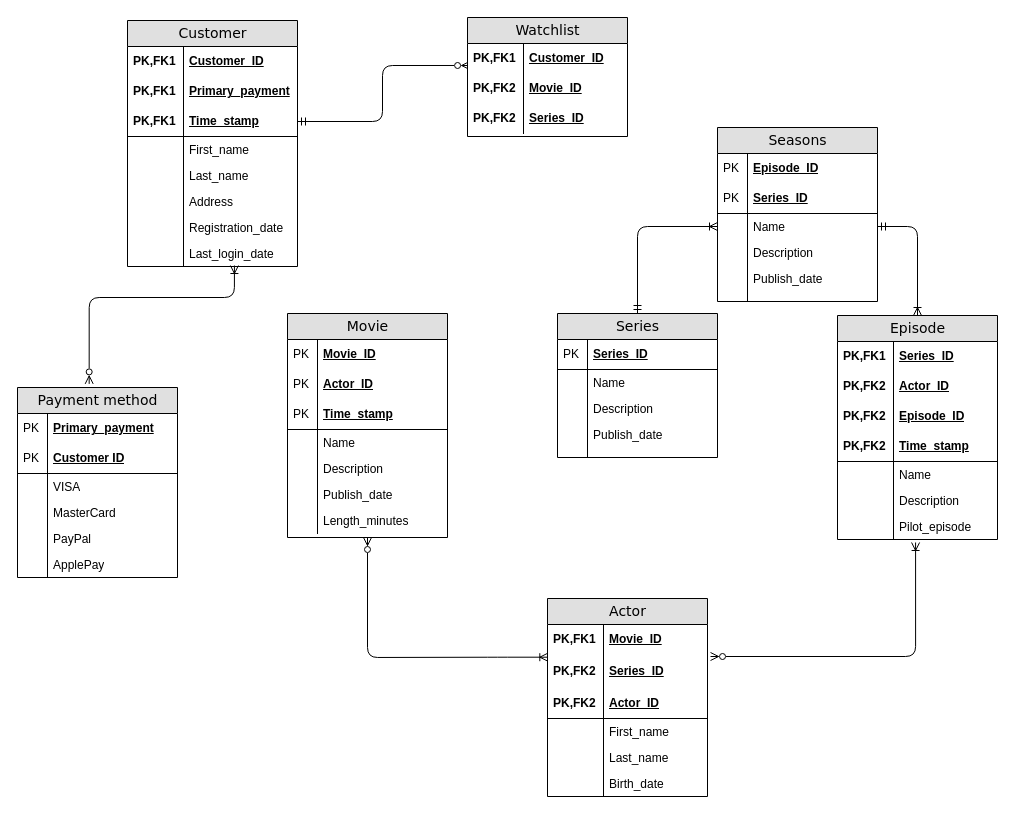
This is ERD.drawio from adriennhorvath/architecture, a draw.io file, before an edit. Source tidied: cells renumbered, new cells numbered last; positions are measured from the earlier drawing's top-left corner, leaving out a move shared by most shapes. Both pictures are drawn from the tidied source at 100%, with x=0, y=0 at pixel (17, 17).
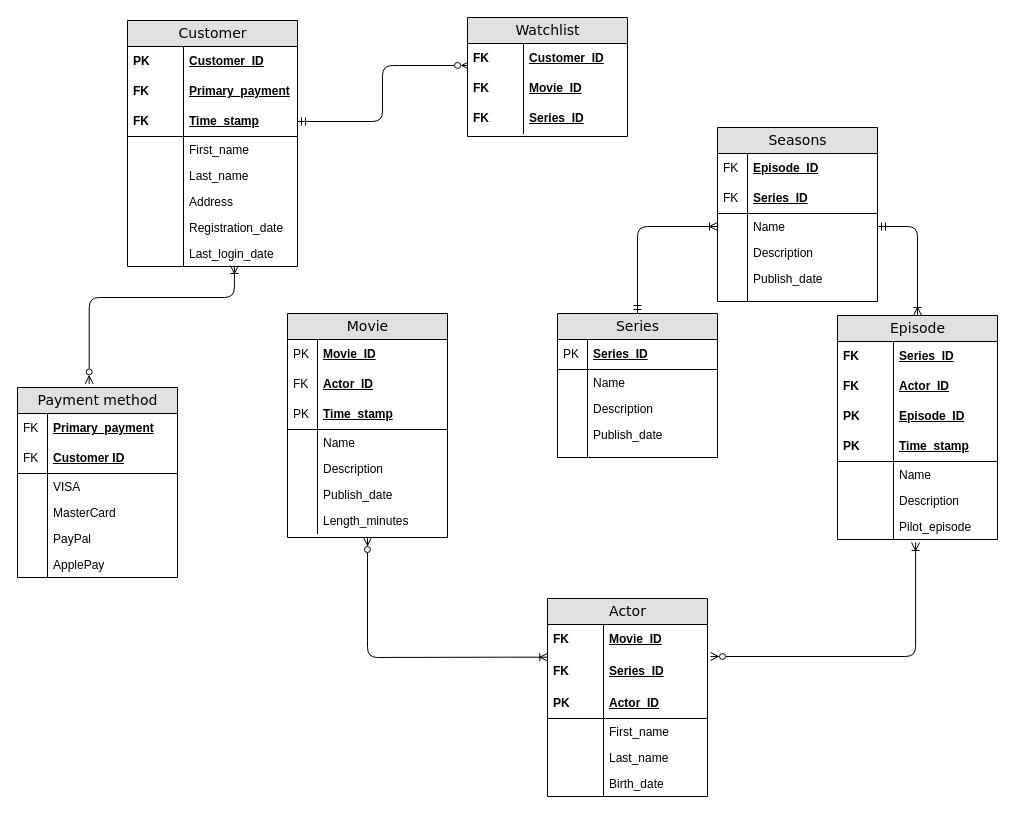
Above is the later version.

The change refers to these unchanged cells:
```xml
<mxCell id="3" value="Customer_ID" style="shape=partialRectangle;top=0;left=0;right=0;bottom=0;html=1;align=left;verticalAlign=middle;fillColor=none;spacingLeft=60;spacingRight=4;whiteSpace=wrap;overflow=hidden;fontStyle=5;" parent="2" vertex="1">
  <mxGeometry y="26" width="170" height="30" as="geometry" />
</mxCell>
<mxCell id="5" value="Primary_payment" style="shape=partialRectangle;top=0;left=0;right=0;bottom=0;html=1;align=left;verticalAlign=middle;fillColor=none;spacingLeft=60;spacingRight=4;whiteSpace=wrap;overflow=hidden;fontStyle=5;" parent="2" vertex="1">
  <mxGeometry y="56" width="170" height="30" as="geometry" />
</mxCell>
<mxCell id="7" value="Time_stamp" style="shape=partialRectangle;top=0;left=0;right=0;bottom=1;html=1;align=left;verticalAlign=middle;fillColor=none;spacingLeft=60;spacingRight=4;whiteSpace=wrap;overflow=hidden;points=[[0,0.5],[1,0.5]];portConstraint=eastwest;fontStyle=5;" parent="2" vertex="1">
  <mxGeometry y="86" width="170" height="30" as="geometry" />
</mxCell>
<mxCell id="20" value="Primary_payment" style="shape=partialRectangle;top=0;left=0;right=0;bottom=0;html=1;align=left;verticalAlign=middle;fillColor=none;spacingLeft=34;spacingRight=4;whiteSpace=wrap;overflow=hidden;fontStyle=5;" parent="19" vertex="1">
  <mxGeometry y="26" width="160" height="30" as="geometry" />
</mxCell>
<mxCell id="22" value="Customer ID" style="shape=partialRectangle;top=0;left=0;right=0;bottom=1;html=1;align=left;verticalAlign=middle;fillColor=none;spacingLeft=34;spacingRight=4;whiteSpace=wrap;overflow=hidden;fontStyle=5;" parent="19" vertex="1">
  <mxGeometry y="56" width="160" height="30" as="geometry" />
</mxCell>
<mxCell id="35" value="Actor_ID" style="shape=partialRectangle;top=0;left=0;right=0;bottom=0;html=1;align=left;verticalAlign=middle;fillColor=none;spacingLeft=34;spacingRight=4;whiteSpace=wrap;overflow=hidden;fontStyle=5;" parent="32" vertex="1">
  <mxGeometry y="56" width="160" height="30" as="geometry" />
</mxCell>
<mxCell id="59" value="Movie_ID" style="shape=partialRectangle;top=0;left=0;right=0;bottom=0;html=1;align=left;verticalAlign=middle;fillColor=none;spacingLeft=60;spacingRight=4;whiteSpace=wrap;overflow=hidden;points=[[0,0.5],[1,0.5]];portConstraint=eastwest;fontStyle=5;" parent="58" vertex="1">
  <mxGeometry y="26" width="160" height="30" as="geometry" />
</mxCell>
<mxCell id="61" value="Series_ID" style="shape=partialRectangle;top=0;left=0;right=0;bottom=0;html=1;align=left;verticalAlign=middle;fillColor=none;spacingLeft=60;spacingRight=4;whiteSpace=wrap;overflow=hidden;points=[[0,0.5],[1,0.5]];portConstraint=eastwest;fontStyle=5;" parent="58" vertex="1">
  <mxGeometry y="56" width="160" height="34" as="geometry" />
</mxCell>
<mxCell id="63" value="Actor_ID" style="shape=partialRectangle;top=0;left=0;right=0;bottom=1;html=1;align=left;verticalAlign=middle;fillColor=none;spacingLeft=60;spacingRight=4;whiteSpace=wrap;overflow=hidden;fontStyle=5;" parent="58" vertex="1">
  <mxGeometry y="90" width="160" height="30" as="geometry" />
</mxCell>
<mxCell id="72" value="Series_ID" style="shape=partialRectangle;top=0;left=0;right=0;bottom=0;html=1;align=left;verticalAlign=middle;fillColor=none;spacingLeft=60;spacingRight=4;whiteSpace=wrap;overflow=hidden;fontStyle=5;" parent="71" vertex="1">
  <mxGeometry y="26" width="160" height="30" as="geometry" />
</mxCell>
<mxCell id="74" value="Actor_ID" style="shape=partialRectangle;top=0;left=0;right=0;bottom=0;html=1;align=left;verticalAlign=middle;fillColor=none;spacingLeft=60;spacingRight=4;whiteSpace=wrap;overflow=hidden;fontStyle=5;" parent="71" vertex="1">
  <mxGeometry y="56" width="160" height="30" as="geometry" />
</mxCell>
<mxCell id="76" value="Episode_ID" style="shape=partialRectangle;top=0;left=0;right=0;bottom=0;html=1;align=left;verticalAlign=middle;fillColor=none;spacingLeft=60;spacingRight=4;whiteSpace=wrap;overflow=hidden;fontStyle=5;" parent="71" vertex="1">
  <mxGeometry y="86" width="160" height="30" as="geometry" />
</mxCell>
<mxCell id="78" value="Time_stamp" style="shape=partialRectangle;top=0;left=0;right=0;bottom=1;html=1;align=left;verticalAlign=middle;fillColor=none;spacingLeft=60;spacingRight=4;whiteSpace=wrap;overflow=hidden;fontStyle=5;" parent="71" vertex="1">
  <mxGeometry y="116" width="160" height="30" as="geometry" />
</mxCell>
<mxCell id="91" value="Customer_ID" style="shape=partialRectangle;top=0;left=0;right=0;bottom=0;html=1;align=left;verticalAlign=middle;fillColor=none;spacingLeft=60;spacingRight=4;whiteSpace=wrap;overflow=hidden;points=[[0,0.5],[1,0.5]];portConstraint=eastwest;fontStyle=5;" parent="90" vertex="1">
  <mxGeometry y="26" width="160" height="30" as="geometry" />
</mxCell>
<mxCell id="93" value="Movie_ID" style="shape=partialRectangle;top=0;left=0;right=0;bottom=0;html=1;align=left;verticalAlign=middle;fillColor=none;spacingLeft=60;spacingRight=4;whiteSpace=wrap;overflow=hidden;fontStyle=5;" parent="90" vertex="1">
  <mxGeometry y="56" width="160" height="30" as="geometry" />
</mxCell>
<mxCell id="95" value="Series_ID" style="shape=partialRectangle;top=0;left=0;right=0;bottom=0;html=1;align=left;verticalAlign=middle;fillColor=none;spacingLeft=60;spacingRight=4;whiteSpace=wrap;overflow=hidden;fontStyle=5;" parent="90" vertex="1">
  <mxGeometry y="86" width="160" height="30" as="geometry" />
</mxCell>
<mxCell id="98" value="Episode_ID" style="shape=partialRectangle;top=0;left=0;right=0;bottom=0;html=1;align=left;verticalAlign=middle;fillColor=none;spacingLeft=34;spacingRight=4;whiteSpace=wrap;overflow=hidden;fontStyle=5;" parent="97" vertex="1">
  <mxGeometry y="26" width="160" height="30" as="geometry" />
</mxCell>
<mxCell id="100" value="Series_ID" style="shape=partialRectangle;top=0;left=0;right=0;bottom=1;html=1;align=left;verticalAlign=middle;fillColor=none;spacingLeft=34;spacingRight=4;whiteSpace=wrap;overflow=hidden;fontStyle=5;" parent="97" vertex="1">
  <mxGeometry y="56" width="160" height="30" as="geometry" />
</mxCell>
```

What changed in the source:
```diff
@@
-    <mxCell id="4" value="PK,FK1" style="shape=partialRectangle;fontStyle=1;top=0;left=0;bottom=0;html=1;fillColor=none;align=left;verticalAlign=middle;spacingLeft=4;spacingRight=4;whiteSpace=wrap;overflow=hidden;" parent="3" vertex="1">
+    <mxCell id="4" value="PK" style="shape=partialRectangle;fontStyle=1;top=0;left=0;bottom=0;html=1;fillColor=none;align=left;verticalAlign=middle;spacingLeft=4;spacingRight=4;whiteSpace=wrap;overflow=hidden;" parent="3" vertex="1">
       <mxGeometry width="56" height="30" as="geometry" />
     </mxCell>
@@
-    <mxCell id="6" value="PK,FK1" style="shape=partialRectangle;fontStyle=1;top=0;left=0;bottom=0;html=1;fillColor=none;align=left;verticalAlign=middle;spacingLeft=4;spacingRight=4;whiteSpace=wrap;overflow=hidden;" parent="5" vertex="1">
+    <mxCell id="6" value="FK" style="shape=partialRectangle;fontStyle=1;top=0;left=0;bottom=0;html=1;fillColor=none;align=left;verticalAlign=middle;spacingLeft=4;spacingRight=4;whiteSpace=wrap;overflow=hidden;" parent="5" vertex="1">
       <mxGeometry width="56" height="30" as="geometry" />
     </mxCell>
@@
-    <mxCell id="8" value="PK,FK1" style="shape=partialRectangle;fontStyle=1;top=0;left=0;bottom=0;html=1;fillColor=none;align=left;verticalAlign=middle;spacingLeft=4;spacingRight=4;whiteSpace=wrap;overflow=hidden;" parent="7" vertex="1">
+    <mxCell id="8" value="FK" style="shape=partialRectangle;fontStyle=1;top=0;left=0;bottom=0;html=1;fillColor=none;align=left;verticalAlign=middle;spacingLeft=4;spacingRight=4;whiteSpace=wrap;overflow=hidden;" parent="7" vertex="1">
       <mxGeometry width="56" height="30" as="geometry" />
     </mxCell>
@@
-    <mxCell id="21" value="PK" style="shape=partialRectangle;top=0;left=0;bottom=0;html=1;fillColor=none;align=left;verticalAlign=middle;spacingLeft=4;spacingRight=4;whiteSpace=wrap;overflow=hidden;" parent="20" vertex="1">
+    <mxCell id="21" value="FK" style="shape=partialRectangle;top=0;left=0;bottom=0;html=1;fillColor=none;align=left;verticalAlign=middle;spacingLeft=4;spacingRight=4;whiteSpace=wrap;overflow=hidden;" parent="20" vertex="1">
       <mxGeometry width="30" height="30" as="geometry" />
     </mxCell>
@@
-    <mxCell id="23" value="PK" style="shape=partialRectangle;top=0;left=0;bottom=0;html=1;fillColor=none;align=left;verticalAlign=middle;spacingLeft=4;spacingRight=4;whiteSpace=wrap;overflow=hidden;" parent="22" vertex="1">
+    <mxCell id="23" value="FK" style="shape=partialRectangle;top=0;left=0;bottom=0;html=1;fillColor=none;align=left;verticalAlign=middle;spacingLeft=4;spacingRight=4;whiteSpace=wrap;overflow=hidden;" parent="22" vertex="1">
       <mxGeometry width="30" height="30" as="geometry" />
     </mxCell>
@@
-    <mxCell id="36" value="PK" style="shape=partialRectangle;top=0;left=0;bottom=0;html=1;fillColor=none;align=left;verticalAlign=middle;spacingLeft=4;spacingRight=4;whiteSpace=wrap;overflow=hidden;" parent="35" vertex="1">
+    <mxCell id="36" value="FK" style="shape=partialRectangle;top=0;left=0;bottom=0;html=1;fillColor=none;align=left;verticalAlign=middle;spacingLeft=4;spacingRight=4;whiteSpace=wrap;overflow=hidden;" parent="35" vertex="1">
       <mxGeometry width="30" height="30" as="geometry" />
     </mxCell>
@@
-    <mxCell id="60" value="PK,FK1" style="shape=partialRectangle;fontStyle=1;top=0;left=0;bottom=0;html=1;fillColor=none;align=left;verticalAlign=middle;spacingLeft=4;spacingRight=4;whiteSpace=wrap;overflow=hidden;" parent="59" vertex="1">
+    <mxCell id="60" value="FK" style="shape=partialRectangle;fontStyle=1;top=0;left=0;bottom=0;html=1;fillColor=none;align=left;verticalAlign=middle;spacingLeft=4;spacingRight=4;whiteSpace=wrap;overflow=hidden;" parent="59" vertex="1">
       <mxGeometry width="56" height="30" as="geometry" />
     </mxCell>
@@
-    <mxCell id="62" value="PK,FK2" style="shape=partialRectangle;fontStyle=1;top=0;left=0;bottom=0;html=1;fillColor=none;align=left;verticalAlign=middle;spacingLeft=4;spacingRight=4;whiteSpace=wrap;overflow=hidden;" parent="61" vertex="1">
+    <mxCell id="62" value="FK" style="shape=partialRectangle;fontStyle=1;top=0;left=0;bottom=0;html=1;fillColor=none;align=left;verticalAlign=middle;spacingLeft=4;spacingRight=4;whiteSpace=wrap;overflow=hidden;" parent="61" vertex="1">
       <mxGeometry width="56" height="34" as="geometry" />
     </mxCell>
@@
-    <mxCell id="64" value="PK,FK2" style="shape=partialRectangle;fontStyle=1;top=0;left=0;bottom=0;html=1;fillColor=none;align=left;verticalAlign=middle;spacingLeft=4;spacingRight=4;whiteSpace=wrap;overflow=hidden;" parent="63" vertex="1">
+    <mxCell id="64" value="PK" style="shape=partialRectangle;fontStyle=1;top=0;left=0;bottom=0;html=1;fillColor=none;align=left;verticalAlign=middle;spacingLeft=4;spacingRight=4;whiteSpace=wrap;overflow=hidden;" parent="63" vertex="1">
       <mxGeometry width="56" height="30" as="geometry" />
     </mxCell>
@@
-    <mxCell id="73" value="PK,FK1" style="shape=partialRectangle;fontStyle=1;top=0;left=0;bottom=0;html=1;fillColor=none;align=left;verticalAlign=middle;spacingLeft=4;spacingRight=4;whiteSpace=wrap;overflow=hidden;" parent="72" vertex="1">
+    <mxCell id="73" value="FK" style="shape=partialRectangle;fontStyle=1;top=0;left=0;bottom=0;html=1;fillColor=none;align=left;verticalAlign=middle;spacingLeft=4;spacingRight=4;whiteSpace=wrap;overflow=hidden;" parent="72" vertex="1">
       <mxGeometry width="56" height="30" as="geometry" />
     </mxCell>
@@
-    <mxCell id="75" value="PK,FK2" style="shape=partialRectangle;fontStyle=1;top=0;left=0;bottom=0;html=1;fillColor=none;align=left;verticalAlign=middle;spacingLeft=4;spacingRight=4;whiteSpace=wrap;overflow=hidden;" parent="74" vertex="1">
+    <mxCell id="75" value="FK" style="shape=partialRectangle;fontStyle=1;top=0;left=0;bottom=0;html=1;fillColor=none;align=left;verticalAlign=middle;spacingLeft=4;spacingRight=4;whiteSpace=wrap;overflow=hidden;" parent="74" vertex="1">
       <mxGeometry width="56" height="30" as="geometry" />
     </mxCell>
@@
-    <mxCell id="77" value="PK,FK2" style="shape=partialRectangle;fontStyle=1;top=0;left=0;bottom=0;html=1;fillColor=none;align=left;verticalAlign=middle;spacingLeft=4;spacingRight=4;whiteSpace=wrap;overflow=hidden;" parent="76" vertex="1">
+    <mxCell id="77" value="PK" style="shape=partialRectangle;fontStyle=1;top=0;left=0;bottom=0;html=1;fillColor=none;align=left;verticalAlign=middle;spacingLeft=4;spacingRight=4;whiteSpace=wrap;overflow=hidden;" parent="76" vertex="1">
       <mxGeometry width="56" height="30" as="geometry" />
     </mxCell>
@@
-    <mxCell id="79" value="PK,FK2" style="shape=partialRectangle;fontStyle=1;top=0;left=0;bottom=0;html=1;fillColor=none;align=left;verticalAlign=middle;spacingLeft=4;spacingRight=4;whiteSpace=wrap;overflow=hidden;" parent="78" vertex="1">
+    <mxCell id="79" value="PK" style="shape=partialRectangle;fontStyle=1;top=0;left=0;bottom=0;html=1;fillColor=none;align=left;verticalAlign=middle;spacingLeft=4;spacingRight=4;whiteSpace=wrap;overflow=hidden;" parent="78" vertex="1">
       <mxGeometry width="56" height="30" as="geometry" />
     </mxCell>
@@
-    <mxCell id="92" value="PK,FK1" style="shape=partialRectangle;fontStyle=1;top=0;left=0;bottom=0;html=1;fillColor=none;align=left;verticalAlign=middle;spacingLeft=4;spacingRight=4;whiteSpace=wrap;overflow=hidden;" parent="91" vertex="1">
+    <mxCell id="92" value="FK" style="shape=partialRectangle;fontStyle=1;top=0;left=0;bottom=0;html=1;fillColor=none;align=left;verticalAlign=middle;spacingLeft=4;spacingRight=4;whiteSpace=wrap;overflow=hidden;" parent="91" vertex="1">
       <mxGeometry width="56" height="30" as="geometry" />
     </mxCell>
@@
-    <mxCell id="94" value="PK,FK2" style="shape=partialRectangle;fontStyle=1;top=0;left=0;bottom=0;html=1;fillColor=none;align=left;verticalAlign=middle;spacingLeft=4;spacingRight=4;whiteSpace=wrap;overflow=hidden;" parent="93" vertex="1">
+    <mxCell id="94" value="FK" style="shape=partialRectangle;fontStyle=1;top=0;left=0;bottom=0;html=1;fillColor=none;align=left;verticalAlign=middle;spacingLeft=4;spacingRight=4;whiteSpace=wrap;overflow=hidden;" parent="93" vertex="1">
       <mxGeometry width="56" height="30" as="geometry" />
     </mxCell>
@@
-    <mxCell id="96" value="PK,FK2" style="shape=partialRectangle;fontStyle=1;top=0;left=0;bottom=0;html=1;fillColor=none;align=left;verticalAlign=middle;spacingLeft=4;spacingRight=4;whiteSpace=wrap;overflow=hidden;" parent="95" vertex="1">
+    <mxCell id="96" value="FK" style="shape=partialRectangle;fontStyle=1;top=0;left=0;bottom=0;html=1;fillColor=none;align=left;verticalAlign=middle;spacingLeft=4;spacingRight=4;whiteSpace=wrap;overflow=hidden;" parent="95" vertex="1">
       <mxGeometry width="56" height="30" as="geometry" />
     </mxCell>
@@
-    <mxCell id="99" value="PK" style="shape=partialRectangle;top=0;left=0;bottom=0;html=1;fillColor=none;align=left;verticalAlign=middle;spacingLeft=4;spacingRight=4;whiteSpace=wrap;overflow=hidden;" parent="98" vertex="1">
+    <mxCell id="99" value="FK" style="shape=partialRectangle;top=0;left=0;bottom=0;html=1;fillColor=none;align=left;verticalAlign=middle;spacingLeft=4;spacingRight=4;whiteSpace=wrap;overflow=hidden;" parent="98" vertex="1">
       <mxGeometry width="30" height="30" as="geometry" />
     </mxCell>
@@
-    <mxCell id="101" value="PK" style="shape=partialRectangle;top=0;left=0;bottom=0;html=1;fillColor=none;align=left;verticalAlign=middle;spacingLeft=4;spacingRight=4;whiteSpace=wrap;overflow=hidden;" parent="100" vertex="1">
+    <mxCell id="101" value="FK" style="shape=partialRectangle;top=0;left=0;bottom=0;html=1;fillColor=none;align=left;verticalAlign=middle;spacingLeft=4;spacingRight=4;whiteSpace=wrap;overflow=hidden;" parent="100" vertex="1">
       <mxGeometry width="30" height="30" as="geometry" />
     </mxCell>
```
